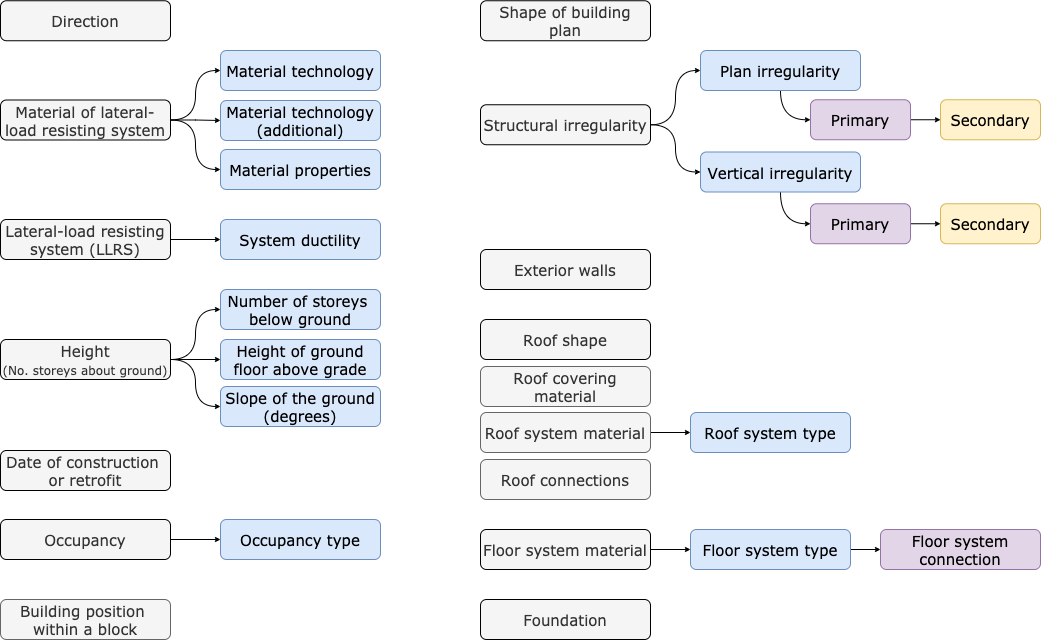
Above: figures/Taxonomy_v2.0.png in gem/gem_taxonomy (draw.io), before the change. Source tidied: cells renumbered, new cells last; positions are measured from the earlier drawing's top-left corner, leaving out a move shared by most shapes.
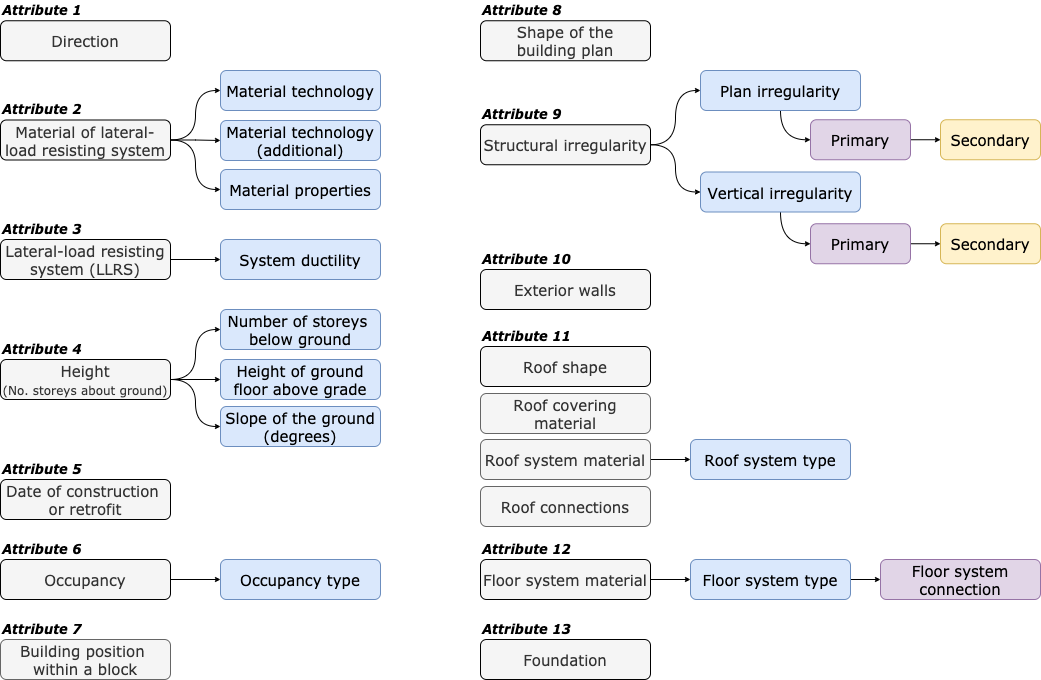
The same diagram one commit later.

Change to the diagram source:
```diff
@@ -57,63 +57,63 @@
       <mxGeometry x="220" y="386" width="160" height="40" as="geometry" />
     </mxCell>
     <mxCell id="20" value="Date of construction &lt;br style=&quot;font-size: 15px;&quot;&gt;or retrofit" style="rounded=1;labelBackgroundColor=none;fontFamily=Verdana;fontSize=15;align=center;verticalAlign=middle;whiteSpace=wrap;html=1;fillColor=#f5f5f5;fontColor=#333333;perimeterSpacing=0;shadow=0;glass=0;sketch=0;" parent="1" vertex="1">
-      <mxGeometry y="450" width="170" height="40" as="geometry" />
+      <mxGeometry y="459" width="170" height="40" as="geometry" />
     </mxCell>
     <mxCell id="21" value="Occupancy" style="rounded=1;labelBackgroundColor=none;fontFamily=Verdana;fontSize=15;align=center;verticalAlign=middle;whiteSpace=wrap;html=1;fillColor=#f5f5f5;fontColor=#333333;perimeterSpacing=0;shadow=0;glass=0;sketch=0;" parent="1" vertex="1">
-      <mxGeometry y="519" width="170" height="40" as="geometry" />
+      <mxGeometry y="539" width="170" height="40" as="geometry" />
     </mxCell>
-    <mxCell id="22" value="Shape of building plan" style="rounded=1;labelBackgroundColor=none;fontFamily=Verdana;fontSize=15;align=center;verticalAlign=middle;whiteSpace=wrap;html=1;fillColor=#f5f5f5;fontColor=#333333;perimeterSpacing=0;shadow=0;glass=0;sketch=0;" parent="1" vertex="1">
+    <mxCell id="22" value="Shape of the&lt;br&gt;building plan" style="rounded=1;labelBackgroundColor=none;fontFamily=Verdana;fontSize=15;align=center;verticalAlign=middle;whiteSpace=wrap;html=1;fillColor=#f5f5f5;fontColor=#333333;perimeterSpacing=0;shadow=0;glass=0;sketch=0;" parent="1" vertex="1">
       <mxGeometry x="480" y="0.2" width="170" height="40" as="geometry" />
     </mxCell>
     <mxCell id="23" value="Building position &lt;br style=&quot;font-size: 15px;&quot;&gt;within a block" style="whiteSpace=wrap;html=1;rounded=1;shadow=0;fontFamily=Verdana;fillColor=#f5f5f5;glass=0;sketch=0;strokeColor=#666666;fontSize=15;fontColor=#333333;" parent="1" vertex="1">
-      <mxGeometry y="599" width="170" height="40" as="geometry" />
+      <mxGeometry y="619" width="170" height="40" as="geometry" />
     </mxCell>
     <mxCell id="24" style="edgeStyle=orthogonalEdgeStyle;rounded=1;jettySize=auto;html=1;fontFamily=Verdana;fontSize=15;startSize=3;endSize=3;strokeWidth=1;entryX=0;entryY=0.5;entryDx=0;entryDy=0;" parent="1" edge="1" target="25">
       <mxGeometry relative="1" as="geometry">
-        <mxPoint x="170" y="539" as="sourcePoint" />
+        <mxPoint x="170" y="559" as="sourcePoint" />
       </mxGeometry>
     </mxCell>
     <mxCell id="25" value="Occupancy type" style="whiteSpace=wrap;html=1;rounded=1;shadow=0;fontFamily=Verdana;fillColor=#dae8fc;glass=0;sketch=0;strokeColor=#6c8ebf;fontSize=15;" parent="1" vertex="1">
-      <mxGeometry x="220" y="519" width="160" height="40" as="geometry" />
+      <mxGeometry x="220" y="539" width="160" height="40" as="geometry" />
     </mxCell>
     <mxCell id="26" value="Exterior walls" style="rounded=1;labelBackgroundColor=none;fontFamily=Verdana;fontSize=15;align=center;verticalAlign=middle;whiteSpace=wrap;html=1;fillColor=#f5f5f5;fontColor=#333333;perimeterSpacing=0;shadow=0;glass=0;sketch=0;" parent="1" vertex="1">
       <mxGeometry x="480" y="249" width="170" height="40" as="geometry" />
     </mxCell>
     <mxCell id="27" value="Roof shape" style="rounded=1;labelBackgroundColor=none;fontFamily=Verdana;fontSize=15;align=center;verticalAlign=middle;whiteSpace=wrap;html=1;fillColor=#f5f5f5;fontColor=#333333;perimeterSpacing=0;shadow=0;glass=0;sketch=0;" parent="1" vertex="1">
-      <mxGeometry x="480" y="319" width="170" height="40" as="geometry" />
+      <mxGeometry x="480" y="326" width="170" height="40" as="geometry" />
     </mxCell>
     <mxCell id="28" style="edgeStyle=orthogonalEdgeStyle;curved=1;jettySize=auto;html=1;exitX=1;exitY=0.5;exitDx=0;exitDy=0;entryX=0;entryY=0.5;entryDx=0;entryDy=0;fontFamily=Verdana;fontSize=15;startSize=3;endSize=3;strokeWidth=1;" parent="1" edge="1" source="29" target="30">
       <mxGeometry relative="1" as="geometry" />
     </mxCell>
     <mxCell id="29" value="Roof system material" style="whiteSpace=wrap;html=1;rounded=1;shadow=0;fontFamily=Verdana;fillColor=#f5f5f5;glass=0;sketch=0;strokeColor=#666666;fontSize=15;fontColor=#333333;" parent="1" vertex="1">
-      <mxGeometry x="480" y="412" width="170" height="40" as="geometry" />
+      <mxGeometry x="480" y="419" width="170" height="40" as="geometry" />
     </mxCell>
     <mxCell id="30" value="Roof system type" style="whiteSpace=wrap;html=1;rounded=1;shadow=0;fontFamily=Verdana;strokeColor=#6c8ebf;fillColor=#dae8fc;glass=0;sketch=0;fontSize=15;" parent="1" vertex="1">
-      <mxGeometry x="690" y="412" width="160" height="40" as="geometry" />
+      <mxGeometry x="690" y="419" width="160" height="40" as="geometry" />
     </mxCell>
     <mxCell id="31" value="Roof connections" style="whiteSpace=wrap;html=1;rounded=1;shadow=0;fontFamily=Verdana;fillColor=#f5f5f5;glass=0;sketch=0;strokeColor=#666666;fontSize=15;fontColor=#333333;" parent="1" vertex="1">
-      <mxGeometry x="480" y="459" width="170" height="40" as="geometry" />
+      <mxGeometry x="480" y="466" width="170" height="40" as="geometry" />
     </mxCell>
     <mxCell id="32" value="Roof covering material" style="whiteSpace=wrap;html=1;rounded=1;shadow=0;fontFamily=Verdana;fillColor=#f5f5f5;glass=0;sketch=0;strokeColor=#666666;fontSize=15;fontColor=#333333;" parent="1" vertex="1">
-      <mxGeometry x="480" y="366" width="170" height="40" as="geometry" />
+      <mxGeometry x="480" y="373" width="170" height="40" as="geometry" />
     </mxCell>
     <mxCell id="33" style="edgeStyle=orthogonalEdgeStyle;jettySize=auto;html=1;fontFamily=Verdana;fontSize=15;endSize=3;startSize=3;curved=1;" parent="1" edge="1" source="34" target="36">
       <mxGeometry relative="1" as="geometry" />
     </mxCell>
     <mxCell id="34" value="Floor system material" style="rounded=1;labelBackgroundColor=none;fontFamily=Verdana;fontSize=15;align=center;verticalAlign=middle;whiteSpace=wrap;html=1;fillColor=#f5f5f5;fontColor=#333333;perimeterSpacing=0;shadow=0;glass=0;sketch=0;" parent="1" vertex="1">
-      <mxGeometry x="480" y="529" width="170" height="40" as="geometry" />
+      <mxGeometry x="480" y="539" width="170" height="40" as="geometry" />
     </mxCell>
     <mxCell id="35" style="edgeStyle=orthogonalEdgeStyle;curved=1;jettySize=auto;html=1;exitX=1;exitY=0.5;exitDx=0;exitDy=0;entryX=0;entryY=0.5;entryDx=0;entryDy=0;fontFamily=Verdana;fontSize=15;startSize=3;endSize=3;strokeWidth=1;" parent="1" edge="1" source="36" target="37">
       <mxGeometry relative="1" as="geometry" />
     </mxCell>
     <mxCell id="36" value="Floor system type" style="whiteSpace=wrap;html=1;rounded=1;shadow=0;fontFamily=Verdana;fillColor=#dae8fc;glass=0;sketch=0;strokeColor=#6c8ebf;fontSize=15;" parent="1" vertex="1">
-      <mxGeometry x="690" y="529" width="160" height="40" as="geometry" />
+      <mxGeometry x="690" y="539" width="160" height="40" as="geometry" />
     </mxCell>
     <mxCell id="37" value="Floor system connection" style="whiteSpace=wrap;html=1;rounded=1;shadow=0;fontFamily=Verdana;strokeColor=#9673a6;fillColor=#e1d5e7;glass=0;sketch=0;fontSize=15;" parent="1" vertex="1">
-      <mxGeometry x="880" y="529" width="160" height="40" as="geometry" />
+      <mxGeometry x="880" y="539" width="160" height="40" as="geometry" />
     </mxCell>
     <mxCell id="38" value="Foundation" style="rounded=1;labelBackgroundColor=none;fontFamily=Verdana;fontSize=15;align=center;verticalAlign=middle;whiteSpace=wrap;html=1;fillColor=#f5f5f5;fontColor=#333333;perimeterSpacing=0;shadow=0;glass=0;sketch=0;" parent="1" vertex="1">
-      <mxGeometry x="480" y="599" width="170" height="40" as="geometry" />
+      <mxGeometry x="480" y="619" width="170" height="40" as="geometry" />
     </mxCell>
     <mxCell id="39" style="edgeStyle=orthogonalEdgeStyle;jettySize=auto;html=1;fontFamily=Verdana;fontSize=15;endSize=3;startSize=3;curved=1;entryX=0;entryY=0.5;entryDx=0;entryDy=0;" parent="1" edge="1" source="40" target="42">
       <mxGeometry relative="1" as="geometry" />
@@ -158,5 +158,44 @@
     <mxCell id="51" value="Secondary" style="whiteSpace=wrap;html=1;rounded=1;shadow=0;fontFamily=Verdana;strokeColor=#d6b656;fillColor=#fff2cc;glass=0;sketch=0;fontSize=15;" parent="1" vertex="1">
       <mxGeometry x="940" y="203.2" width="100" height="40" as="geometry" />
     </mxCell>
+    <mxCell id="52" value="Attribute 1" style="text;html=1;align=left;verticalAlign=middle;strokeColor=none;fontFamily=Verdana;fontStyle=3;fontSize=13;" parent="1" vertex="1">
+      <mxGeometry y="-19.8" width="90" height="20" as="geometry" />
+    </mxCell>
+    <mxCell id="53" value="Attribute 2" style="text;html=1;align=left;verticalAlign=middle;strokeColor=none;fontFamily=Verdana;fontStyle=3;fontSize=13;" parent="1" vertex="1">
+      <mxGeometry y="79.2" width="90" height="20" as="geometry" />
+    </mxCell>
+    <mxCell id="54" value="Attribute 3" style="text;html=1;align=left;verticalAlign=middle;strokeColor=none;fontFamily=Verdana;fontStyle=3;fontSize=13;" parent="1" vertex="1">
+      <mxGeometry y="199" width="90" height="20" as="geometry" />
+    </mxCell>
+    <mxCell id="55" value="Attribute 4" style="text;html=1;align=left;verticalAlign=middle;strokeColor=none;fontFamily=Verdana;fontStyle=3;fontSize=13;" parent="1" vertex="1">
+      <mxGeometry y="319" width="90" height="20" as="geometry" />
+    </mxCell>
+    <mxCell id="56" value="Attribute 5" style="text;html=1;align=left;verticalAlign=middle;strokeColor=none;fontFamily=Verdana;fontStyle=3;fontSize=13;" parent="1" vertex="1">
+      <mxGeometry y="439" width="90" height="20" as="geometry" />
+    </mxCell>
+    <mxCell id="57" value="Attribute 6" style="text;html=1;align=left;verticalAlign=middle;strokeColor=none;fontFamily=Verdana;fontStyle=3;fontSize=13;" parent="1" vertex="1">
+      <mxGeometry y="519" width="90" height="20" as="geometry" />
+    </mxCell>
+    <mxCell id="58" value="Attribute 7" style="text;html=1;align=left;verticalAlign=middle;strokeColor=none;fontFamily=Verdana;fontStyle=3;fontSize=13;" parent="1" vertex="1">
+      <mxGeometry y="599" width="90" height="20" as="geometry" />
+    </mxCell>
+    <mxCell id="59" value="Attribute 8" style="text;html=1;align=left;verticalAlign=middle;strokeColor=none;fontFamily=Verdana;fontStyle=3;fontSize=13;" parent="1" vertex="1">
+      <mxGeometry x="480" y="-19.8" width="90" height="20" as="geometry" />
+    </mxCell>
+    <mxCell id="60" value="Attribute 10" style="text;html=1;align=left;verticalAlign=middle;strokeColor=none;fontFamily=Verdana;fontStyle=3;fontSize=13;" parent="1" vertex="1">
+      <mxGeometry x="480" y="229" width="100" height="20" as="geometry" />
+    </mxCell>
+    <mxCell id="61" value="Attribute 11" style="text;html=1;align=left;verticalAlign=middle;strokeColor=none;fontFamily=Verdana;fontStyle=3;fontSize=13;" parent="1" vertex="1">
+      <mxGeometry x="480" y="306" width="100" height="20" as="geometry" />
+    </mxCell>
+    <mxCell id="62" value="Attribute 12" style="text;html=1;align=left;verticalAlign=middle;strokeColor=none;fontFamily=Verdana;fontStyle=3;fontSize=13;" parent="1" vertex="1">
+      <mxGeometry x="480" y="519" width="100" height="20" as="geometry" />
+    </mxCell>
+    <mxCell id="63" value="Attribute 13" style="text;html=1;align=left;verticalAlign=middle;strokeColor=none;fontFamily=Verdana;fontStyle=3;fontSize=13;" parent="1" vertex="1">
+      <mxGeometry x="480" y="599" width="100" height="20" as="geometry" />
+    </mxCell>
+    <mxCell id="64" value="Attribute 9" style="text;html=1;align=left;verticalAlign=middle;strokeColor=none;fontFamily=Verdana;fontStyle=3;fontSize=13;" parent="1" vertex="1">
+      <mxGeometry x="480" y="84.2" width="90" height="20" as="geometry" />
+    </mxCell>
   </root>
 </mxGraphModel>
```
